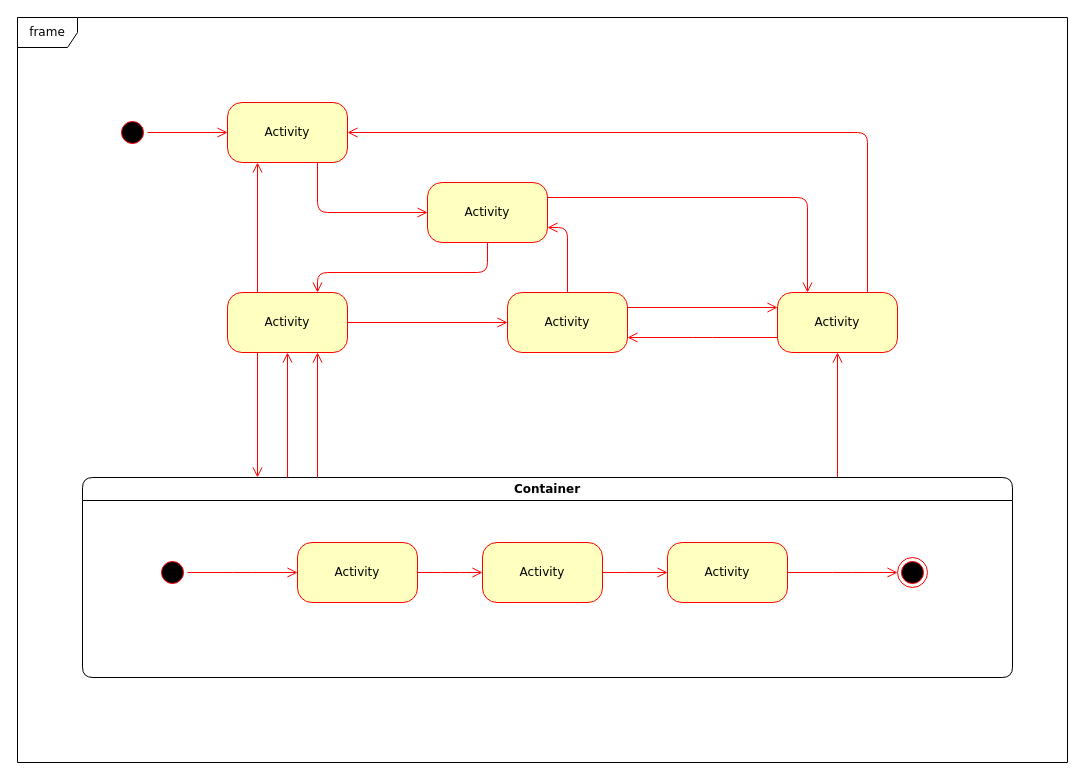
petkapou/DIP_diagrams keeps this draw.io diagram as dp_state01.drawio. Above is the earlier version. Source tidied: cells renumbered, new cells numbered last; positions are measured from the earlier drawing's top-left corner, leaving out a move shared by most shapes. Both pictures are drawn from the tidied source at 100%, with x=0, y=0 at pixel (17, 17).
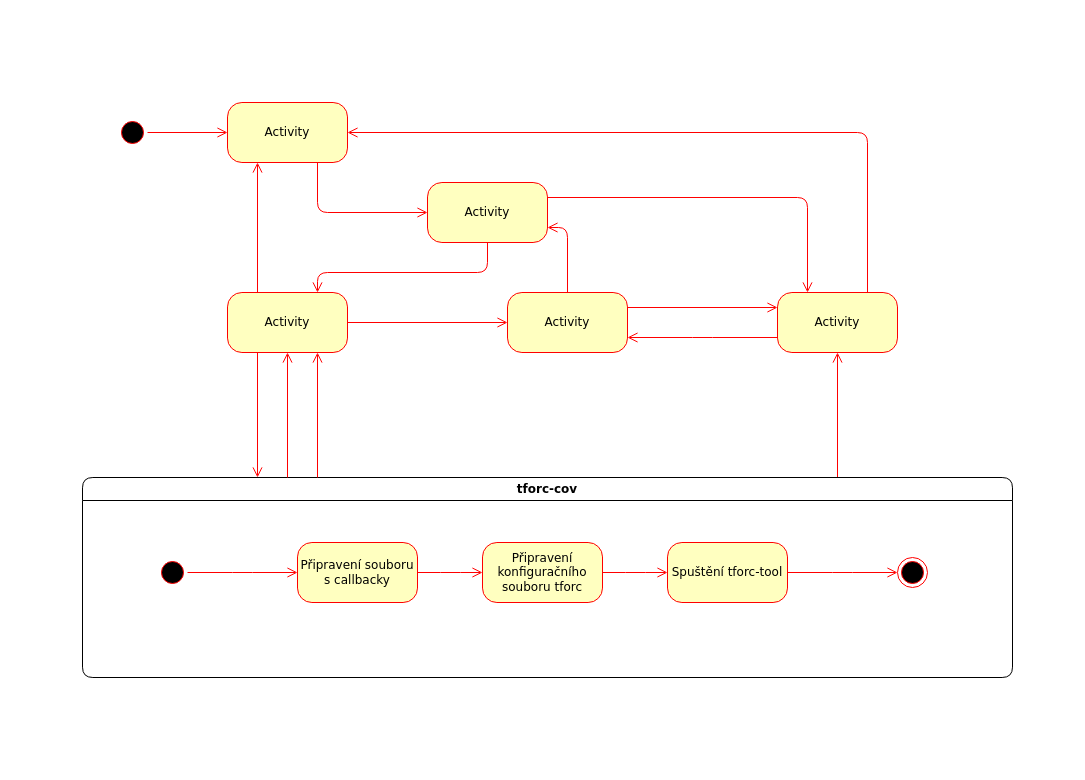
The same diagram, later.

Diff of the diagram source:
```diff
@@
-    <mxCell id="12" value="Container" style="swimlane;whiteSpace=wrap;html=1;rounded=1;shadow=0;comic=0;labelBackgroundColor=none;strokeWidth=1;fontFamily=Verdana;fontSize=12;align=center;" parent="1" vertex="1">
+    <mxCell id="12" value="tforc-cov" style="swimlane;whiteSpace=wrap;html=1;rounded=1;shadow=0;comic=0;labelBackgroundColor=none;strokeWidth=1;fontFamily=Verdana;fontSize=12;align=center;" parent="1" vertex="1">
       <mxGeometry x="65" y="460" width="930" height="200" as="geometry" />
     </mxCell>
@@
-    <mxCell id="14" value="Activity" style="rounded=1;whiteSpace=wrap;html=1;arcSize=24;fillColor=#ffffc0;strokeColor=#ff0000;shadow=0;comic=0;labelBackgroundColor=none;fontFamily=Verdana;fontSize=12;fontColor=#000000;align=center;" parent="12" vertex="1">
+    <mxCell id="14" value="Připravení souboru s callbacky" style="rounded=1;whiteSpace=wrap;html=1;arcSize=24;fillColor=#ffffc0;strokeColor=#ff0000;shadow=0;comic=0;labelBackgroundColor=none;fontFamily=Verdana;fontSize=12;fontColor=#000000;align=center;" parent="12" vertex="1">
       <mxGeometry x="215" y="65" width="120" height="60" as="geometry" />
     </mxCell>
@@
-    <mxCell id="19" value="Activity" style="rounded=1;whiteSpace=wrap;html=1;arcSize=24;fillColor=#ffffc0;strokeColor=#ff0000;shadow=0;comic=0;labelBackgroundColor=none;fontFamily=Verdana;fontSize=12;fontColor=#000000;align=center;" parent="12" vertex="1">
+    <mxCell id="19" value="Připravení konfiguračního souboru tforc" style="rounded=1;whiteSpace=wrap;html=1;arcSize=24;fillColor=#ffffc0;strokeColor=#ff0000;shadow=0;comic=0;labelBackgroundColor=none;fontFamily=Verdana;fontSize=12;fontColor=#000000;align=center;" parent="12" vertex="1">
       <mxGeometry x="400" y="65" width="120" height="60" as="geometry" />
     </mxCell>
@@
-    <mxCell id="21" value="Activity" style="rounded=1;whiteSpace=wrap;html=1;arcSize=24;fillColor=#ffffc0;strokeColor=#ff0000;shadow=0;comic=0;labelBackgroundColor=none;fontFamily=Verdana;fontSize=12;fontColor=#000000;align=center;" parent="12" vertex="1">
+    <mxCell id="21" value="Spuštění tforc-tool" style="rounded=1;whiteSpace=wrap;html=1;arcSize=24;fillColor=#ffffc0;strokeColor=#ff0000;shadow=0;comic=0;labelBackgroundColor=none;fontFamily=Verdana;fontSize=12;fontColor=#000000;align=center;" parent="12" vertex="1">
       <mxGeometry x="585" y="65" width="120" height="60" as="geometry" />
     </mxCell>
-    <mxCell id="22" value="frame" style="shape=umlFrame;whiteSpace=wrap;html=1;rounded=1;shadow=0;comic=0;labelBackgroundColor=none;strokeWidth=1;fontFamily=Verdana;fontSize=12;align=center;" parent="1" vertex="1">
-      <mxGeometry width="1050" height="745" as="geometry" />
-    </mxCell>
```
